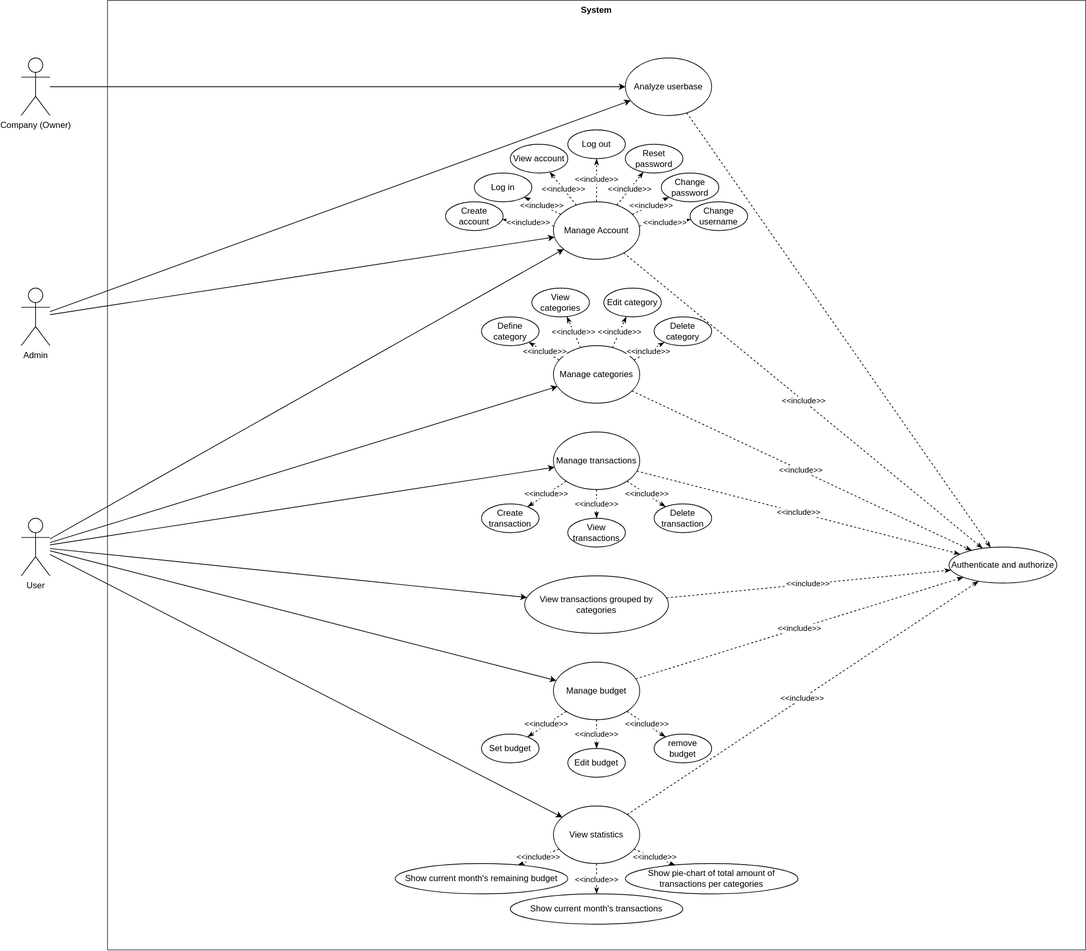
This is diagrams/UseCaseDiagramV2.svg from pucciorenzo/softengTesting, a draw.io export, as it was before one commit. Source tidied: cells renumbered, new cells last; positions are measured from the earlier drawing's top-left corner, leaving out a move shared by most shapes.
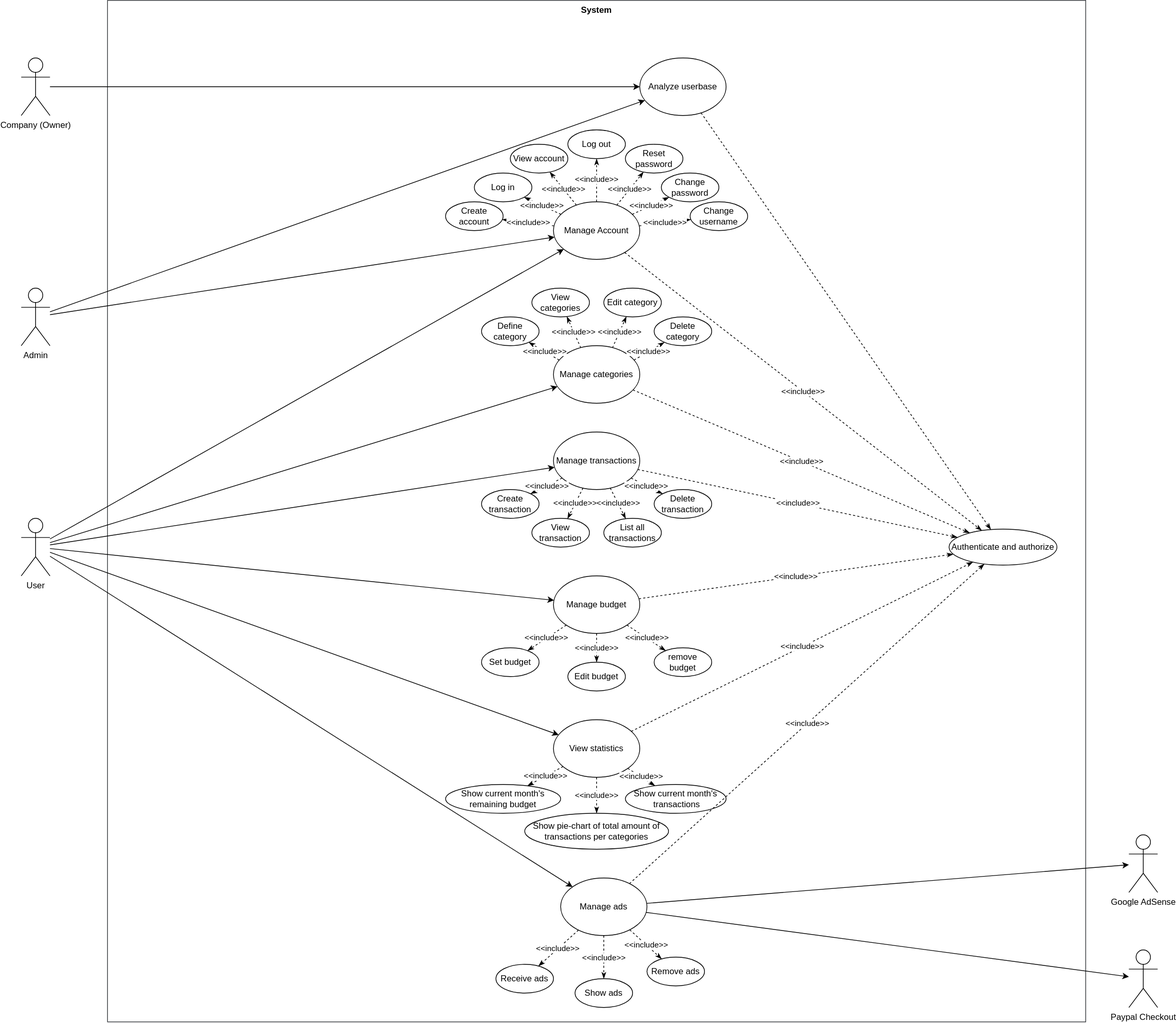
After the change.

Commit message:
update use case diagram

Diff of the diagram source:
```diff
@@ -3,7 +3,7 @@
     <mxCell id="0" />
     <mxCell id="1" parent="0" />
     <mxCell id="2" value="System" style="shape=rect;html=1;verticalAlign=top;fontStyle=1;whiteSpace=wrap;align=center;fillColor=none;strokeColor=#36393d;" parent="1" vertex="1">
-      <mxGeometry x="120" width="1360" height="1320" as="geometry" />
+      <mxGeometry x="120" width="1360" height="1420" as="geometry" />
     </mxCell>
     <mxCell id="3" style="rounded=0;jettySize=auto;html=1;" parent="1" edge="1" source="6" target="7">
       <mxGeometry relative="1" as="geometry" />
@@ -11,9 +11,6 @@
     <mxCell id="4" style="rounded=0;jettySize=auto;html=1;" parent="1" edge="1" source="6" target="10">
       <mxGeometry relative="1" as="geometry" />
     </mxCell>
-    <mxCell id="5" style="rounded=0;jettySize=auto;html=1;" parent="1" edge="1" source="6" target="11">
-      <mxGeometry relative="1" as="geometry" />
-    </mxCell>
     <mxCell id="6" value="User" style="shape=umlActor;html=1;verticalLabelPosition=bottom;verticalAlign=top;align=center;" parent="1" vertex="1">
       <mxGeometry y="720" width="40" height="80" as="geometry" />
     </mxCell>
@@ -29,9 +26,6 @@
     <mxCell id="10" value="Manage categories" style="ellipse;whiteSpace=wrap;html=1;" parent="1" vertex="1">
       <mxGeometry x="740" y="480" width="120" height="80" as="geometry" />
     </mxCell>
-    <mxCell id="11" value="View transactions grouped by categories" style="ellipse;whiteSpace=wrap;html=1;" parent="1" vertex="1">
-      <mxGeometry x="700" y="800" width="200" height="80" as="geometry" />
-    </mxCell>
     <mxCell id="12" style="rounded=0;jettySize=auto;html=1;" parent="1" edge="1" source="6" target="13">
       <mxGeometry relative="1" as="geometry" />
     </mxCell>
@@ -39,13 +33,13 @@
       <mxGeometry x="740" y="600" width="120" height="80" as="geometry" />
     </mxCell>
     <mxCell id="14" value="Authenticate and authorize" style="ellipse;whiteSpace=wrap;html=1;" parent="1" vertex="1">
-      <mxGeometry x="1290" y="760" width="150" height="50" as="geometry" />
+      <mxGeometry x="1290" y="735" width="150" height="50" as="geometry" />
     </mxCell>
     <mxCell id="15" value="Create transaction" style="ellipse;whiteSpace=wrap;html=1;" parent="1" vertex="1">
-      <mxGeometry x="640" y="700" width="80" height="40" as="geometry" />
+      <mxGeometry x="640" y="680" width="80" height="40" as="geometry" />
     </mxCell>
-    <mxCell id="16" value="View transactions" style="ellipse;whiteSpace=wrap;html=1;" parent="1" vertex="1">
-      <mxGeometry x="760" y="720" width="80" height="40" as="geometry" />
+    <mxCell id="16" value="View transaction" style="ellipse;whiteSpace=wrap;html=1;" parent="1" vertex="1">
+      <mxGeometry x="710" y="720" width="80" height="40" as="geometry" />
     </mxCell>
     <mxCell id="17" value="&amp;lt;&amp;lt;include&amp;gt;&amp;gt;" style="endArrow=classicThin;dashed=1;html=1;rounded=0;endFill=1;" parent="1" edge="1" source="13" target="16">
       <mxGeometry relative="1" as="geometry" />
@@ -54,7 +48,7 @@
       <mxGeometry relative="1" as="geometry" />
     </mxCell>
     <mxCell id="19" value="Delete transaction" style="ellipse;whiteSpace=wrap;html=1;" parent="1" vertex="1">
-      <mxGeometry x="880" y="700" width="80" height="40" as="geometry" />
+      <mxGeometry x="880" y="680" width="80" height="40" as="geometry" />
     </mxCell>
     <mxCell id="20" value="&amp;lt;&amp;lt;include&amp;gt;&amp;gt;" style="endArrow=classicThin;dashed=1;html=1;rounded=0;endFill=1;" parent="1" edge="1" source="7" target="23">
       <mxGeometry relative="1" as="geometry" />
@@ -74,9 +68,6 @@
     <mxCell id="25" value="&amp;lt;&amp;lt;include&amp;gt;&amp;gt;" style="endArrow=classicThin;dashed=1;html=1;rounded=0;endFill=1;" parent="1" edge="1" source="10" target="14">
       <mxGeometry relative="1" as="geometry" />
     </mxCell>
-    <mxCell id="26" value="&amp;lt;&amp;lt;include&amp;gt;&amp;gt;" style="endArrow=classicThin;dashed=1;html=1;rounded=0;endFill=1;" parent="1" edge="1" source="11" target="14">
-      <mxGeometry relative="1" as="geometry" />
-    </mxCell>
     <mxCell id="27" value="&amp;lt;&amp;lt;include&amp;gt;&amp;gt;" style="endArrow=classicThin;dashed=1;html=1;rounded=0;endFill=1;" parent="1" edge="1" source="13" target="14">
       <mxGeometry relative="1" as="geometry" />
     </mxCell>
@@ -93,16 +84,16 @@
       <mxGeometry relative="1" as="geometry" />
     </mxCell>
     <mxCell id="32" value="Manage budget" style="ellipse;whiteSpace=wrap;html=1;" parent="1" vertex="1">
-      <mxGeometry x="740" y="920" width="120" height="80" as="geometry" />
+      <mxGeometry x="740" y="800" width="120" height="80" as="geometry" />
     </mxCell>
     <mxCell id="33" value="Set budget" style="ellipse;whiteSpace=wrap;html=1;" parent="1" vertex="1">
-      <mxGeometry x="640" y="1020" width="80" height="40" as="geometry" />
+      <mxGeometry x="640" y="900" width="80" height="40" as="geometry" />
     </mxCell>
     <mxCell id="34" value="Edit budget" style="ellipse;whiteSpace=wrap;html=1;" parent="1" vertex="1">
-      <mxGeometry x="760" y="1040" width="80" height="40" as="geometry" />
+      <mxGeometry x="760" y="920" width="80" height="40" as="geometry" />
     </mxCell>
     <mxCell id="35" value="remove budget" style="ellipse;whiteSpace=wrap;html=1;" parent="1" vertex="1">
-      <mxGeometry x="880" y="1020" width="80" height="40" as="geometry" />
+      <mxGeometry x="880" y="900" width="80" height="40" as="geometry" />
     </mxCell>
     <mxCell id="36" value="&amp;lt;&amp;lt;include&amp;gt;&amp;gt;" style="endArrow=classicThin;dashed=1;html=1;rounded=0;endFill=1;" parent="1" edge="1" source="32" target="35">
       <mxGeometry relative="1" as="geometry" />
@@ -167,16 +158,16 @@
       <mxGeometry relative="1" as="geometry" />
     </mxCell>
     <mxCell id="54" value="View statistics" style="ellipse;whiteSpace=wrap;html=1;" parent="1" vertex="1">
-      <mxGeometry x="740" y="1120" width="120" height="80" as="geometry" />
+      <mxGeometry x="740" y="1000" width="120" height="80" as="geometry" />
     </mxCell>
-    <mxCell id="55" value="Show current month's remaining budget" style="ellipse;whiteSpace=wrap;html=1;" parent="1" vertex="1">
-      <mxGeometry x="520" y="1200" width="240" height="42.1" as="geometry" />
+    <mxCell id="55" value="Show current month's &lt;br&gt;remaining budget" style="ellipse;whiteSpace=wrap;html=1;" parent="1" vertex="1">
+      <mxGeometry x="590" y="1090" width="160" height="40" as="geometry" />
     </mxCell>
-    <mxCell id="56" value="Show current month's transactions" style="ellipse;whiteSpace=wrap;html=1;" parent="1" vertex="1">
-      <mxGeometry x="680" y="1242.1" width="240" height="42.1" as="geometry" />
+    <mxCell id="56" value="Show current month's&lt;br&gt;&amp;nbsp;transactions" style="ellipse;whiteSpace=wrap;html=1;" parent="1" vertex="1">
+      <mxGeometry x="840" y="1090" width="140" height="40" as="geometry" />
     </mxCell>
-    <mxCell id="57" value="Show pie-chart of total amount of transactions per categories" style="ellipse;whiteSpace=wrap;html=1;" parent="1" vertex="1">
-      <mxGeometry x="840" y="1200" width="240" height="42.1" as="geometry" />
+    <mxCell id="57" value="Show pie-chart of total amount of &lt;br&gt;transactions per categories" style="ellipse;whiteSpace=wrap;html=1;" parent="1" vertex="1">
+      <mxGeometry x="700" y="1130" width="200" height="50" as="geometry" />
     </mxCell>
     <mxCell id="58" value="&amp;lt;&amp;lt;include&amp;gt;&amp;gt;" style="endArrow=classicThin;dashed=1;html=1;rounded=0;endFill=1;" parent="1" edge="1" source="54" target="57">
       <mxGeometry relative="1" as="geometry" />
@@ -200,7 +191,7 @@
       <mxGeometry y="400" width="40" height="80" as="geometry" />
     </mxCell>
     <mxCell id="65" value="Analyze userbase" style="ellipse;whiteSpace=wrap;html=1;" parent="1" vertex="1">
-      <mxGeometry x="840" y="80" width="120" height="80" as="geometry" />
+      <mxGeometry x="860" y="80" width="120" height="80" as="geometry" />
     </mxCell>
     <mxCell id="66" value="Company (Owner)" style="shape=umlActor;html=1;verticalLabelPosition=bottom;verticalAlign=top;align=center;" parent="1" vertex="1">
       <mxGeometry y="80" width="40" height="80" as="geometry" />
@@ -217,5 +208,50 @@
     <mxCell id="70" style="endArrow=classic;html=1;rounded=0;" parent="1" edge="1" source="64" target="65">
       <mxGeometry relative="1" as="geometry" />
     </mxCell>
+    <mxCell id="71" value="List all transactions" style="ellipse;whiteSpace=wrap;html=1;" parent="1" vertex="1">
+      <mxGeometry x="810" y="720" width="80" height="40" as="geometry" />
+    </mxCell>
+    <mxCell id="72" value="&amp;lt;&amp;lt;include&amp;gt;&amp;gt;" style="endArrow=classicThin;dashed=1;html=1;rounded=0;endFill=1;" parent="1" edge="1" source="13" target="71">
+      <mxGeometry relative="1" as="geometry" />
+    </mxCell>
+    <mxCell id="73" value="Manage ads" style="ellipse;whiteSpace=wrap;html=1;" parent="1" vertex="1">
+      <mxGeometry x="750" y="1220" width="120" height="80" as="geometry" />
+    </mxCell>
+    <mxCell id="74" value="Remove ads" style="ellipse;whiteSpace=wrap;html=1;" parent="1" vertex="1">
+      <mxGeometry x="870" y="1330" width="80" height="40" as="geometry" />
+    </mxCell>
+    <mxCell id="75" value="Show ads" style="ellipse;whiteSpace=wrap;html=1;" parent="1" vertex="1">
+      <mxGeometry x="770" y="1360" width="80" height="40" as="geometry" />
+    </mxCell>
+    <mxCell id="76" value="Receive ads" style="ellipse;whiteSpace=wrap;html=1;" parent="1" vertex="1">
+      <mxGeometry x="660" y="1340" width="80" height="40" as="geometry" />
+    </mxCell>
+    <mxCell id="77" value="&amp;lt;&amp;lt;include&amp;gt;&amp;gt;" style="endArrow=classicThin;dashed=1;html=1;rounded=0;endFill=1;" parent="1" edge="1" source="73" target="76">
+      <mxGeometry relative="1" as="geometry" />
+    </mxCell>
+    <mxCell id="78" value="&amp;lt;&amp;lt;include&amp;gt;&amp;gt;" style="endArrow=classicThin;dashed=1;html=1;rounded=0;endFill=1;" parent="1" edge="1" source="73" target="75">
+      <mxGeometry relative="1" as="geometry" />
+    </mxCell>
+    <mxCell id="79" value="&amp;lt;&amp;lt;include&amp;gt;&amp;gt;" style="endArrow=classicThin;dashed=1;html=1;rounded=0;endFill=1;" parent="1" edge="1" source="73" target="74">
+      <mxGeometry relative="1" as="geometry" />
+    </mxCell>
+    <mxCell id="80" style="rounded=0;jettySize=auto;html=1;" parent="1" edge="1" source="6" target="73">
+      <mxGeometry relative="1" as="geometry" />
+    </mxCell>
+    <mxCell id="81" value="&amp;lt;&amp;lt;include&amp;gt;&amp;gt;" style="endArrow=classicThin;dashed=1;html=1;rounded=0;endFill=1;" parent="1" edge="1" source="73" target="14">
+      <mxGeometry relative="1" as="geometry" />
+    </mxCell>
+    <mxCell id="82" value="Google AdSense" style="shape=umlActor;html=1;verticalLabelPosition=bottom;verticalAlign=top;align=center;" parent="1" vertex="1">
+      <mxGeometry x="1540" y="1160" width="40" height="80" as="geometry" />
+    </mxCell>
+    <mxCell id="83" style="endArrow=classic;html=1;rounded=0;" parent="1" edge="1" source="73" target="82">
+      <mxGeometry relative="1" as="geometry" />
+    </mxCell>
+    <mxCell id="84" value="Paypal Checkout" style="shape=umlActor;html=1;verticalLabelPosition=bottom;verticalAlign=top;align=center;" parent="1" vertex="1">
+      <mxGeometry x="1540" y="1320" width="40" height="80" as="geometry" />
+    </mxCell>
+    <mxCell id="85" style="endArrow=classic;html=1;rounded=0;" parent="1" edge="1" source="73" target="84">
+      <mxGeometry relative="1" as="geometry" />
+    </mxCell>
   </root>
 </mxGraphModel>
```
